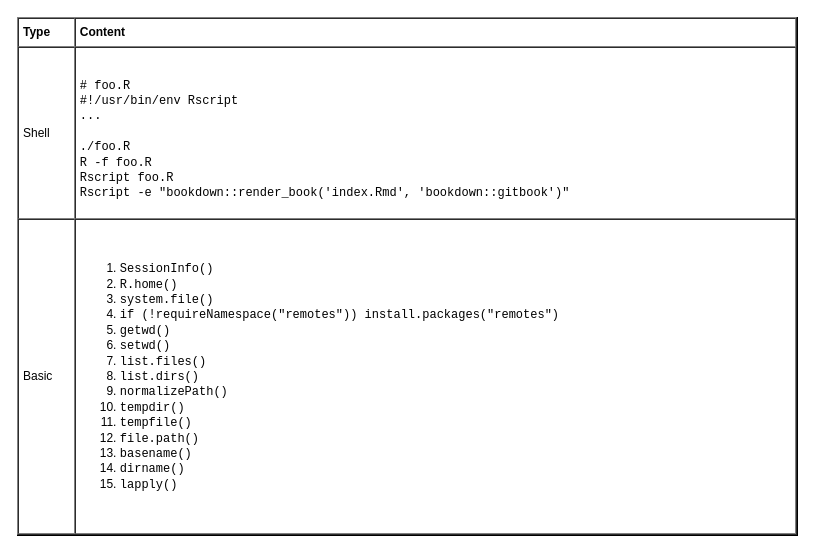
yangdj/tf_docs keeps this draw.io diagram as page "Syntax" (3 of 5) of languages/R/R.drawio. Above is the earlier version. Source tidied: cells renumbered, new cells numbered last; positions are measured from the earlier drawing's top-left corner, leaving out a move shared by most shapes. Both pictures are drawn from the tidied source at 100%, with x=0, y=0 at pixel (17, 17).
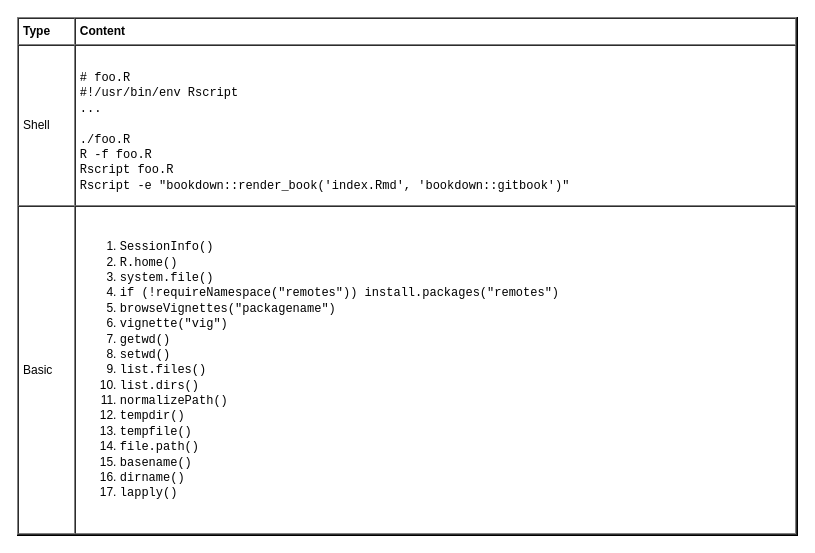
The same diagram, later.

What changed in the source:
```diff
@@
 <mxGraphModel>
   <root>
     <mxCell id="0" />
     <mxCell id="1" parent="0" />
-    <mxCell id="2" value="&lt;table cellpadding=&quot;4&quot; cellspacing=&quot;0&quot; border=&quot;1&quot; style=&quot;font-size: 1em ; width: 100% ; height: 100%&quot;&gt;&lt;tbody&gt;&lt;tr&gt;&lt;th&gt;Type&lt;/th&gt;&lt;th&gt;Content&lt;/th&gt;&lt;/tr&gt;&lt;tr&gt;&lt;td&gt;Shell&lt;/td&gt;&lt;td&gt;&lt;p&gt;&lt;/p&gt;&lt;font face=&quot;Courier New&quot;&gt;# foo.R&lt;br&gt;#!/usr/bin/env Rscript&lt;br&gt;...&lt;br&gt;&lt;br&gt;./foo.R&lt;br&gt;R -f foo.R&lt;br&gt;Rscript foo.R&lt;br&gt;Rscript -e &quot;bookdown::render_book('index.Rmd', 'bookdown::gitbook')&quot;&lt;br&gt;&lt;/font&gt;&lt;/td&gt;&lt;/tr&gt;&lt;tr&gt;&lt;td&gt;Basic&lt;/td&gt;&lt;td&gt;&lt;ol&gt;&lt;li&gt;&lt;font face=&quot;Courier New&quot;&gt;SessionInfo()&lt;/font&gt;&lt;/li&gt;&lt;li&gt;&lt;font face=&quot;Courier New&quot;&gt;R.home()&lt;/font&gt;&lt;/li&gt;&lt;li&gt;&lt;font face=&quot;Courier New&quot;&gt;system.file()&lt;/font&gt;&lt;/li&gt;&lt;li&gt;&lt;font face=&quot;Courier New&quot;&gt;if (!requireNamespace(&quot;remotes&quot;))&amp;nbsp;install.packages(&quot;remotes&quot;)&lt;/font&gt;&lt;/li&gt;&lt;li&gt;&lt;font face=&quot;Courier New&quot;&gt;getwd()&lt;/font&gt;&lt;/li&gt;&lt;li&gt;&lt;font face=&quot;Courier New&quot;&gt;setwd()&lt;/font&gt;&lt;/li&gt;&lt;li&gt;&lt;font face=&quot;Courier New&quot;&gt;list.files()&lt;/font&gt;&lt;/li&gt;&lt;li&gt;&lt;font face=&quot;Courier New&quot;&gt;list.dirs()&lt;/font&gt;&lt;/li&gt;&lt;li&gt;&lt;font face=&quot;Courier New&quot;&gt;normalizePath()&lt;/font&gt;&lt;/li&gt;&lt;li&gt;&lt;font face=&quot;Courier New&quot;&gt;tempdir()&lt;/font&gt;&lt;/li&gt;&lt;li&gt;&lt;font face=&quot;Courier New&quot;&gt;tempfile()&lt;/font&gt;&lt;/li&gt;&lt;li&gt;&lt;font face=&quot;Courier New&quot;&gt;file.path()&lt;/font&gt;&lt;/li&gt;&lt;li&gt;&lt;font face=&quot;Courier New&quot;&gt;basename()&lt;/font&gt;&lt;/li&gt;&lt;li&gt;&lt;font face=&quot;Courier New&quot;&gt;dirname()&lt;/font&gt;&lt;/li&gt;&lt;li&gt;&lt;font face=&quot;Courier New&quot;&gt;lapply()&lt;/font&gt;&lt;/li&gt;&lt;/ol&gt;&lt;/td&gt;&lt;/tr&gt;&lt;/tbody&gt;&lt;/table&gt; " style="verticalAlign=top;align=left;overflow=fill;fontSize=12;fontFamily=Helvetica;html=1;fillColor=none;" parent="1" vertex="1">
+    <mxCell id="2" value="&lt;table cellpadding=&quot;4&quot; cellspacing=&quot;0&quot; border=&quot;1&quot; style=&quot;font-size: 1em ; width: 100% ; height: 100%&quot;&gt;&lt;tbody&gt;&lt;tr&gt;&lt;th&gt;Type&lt;/th&gt;&lt;th&gt;Content&lt;/th&gt;&lt;/tr&gt;&lt;tr&gt;&lt;td&gt;Shell&lt;/td&gt;&lt;td&gt;&lt;p&gt;&lt;/p&gt;&lt;font face=&quot;Courier New&quot;&gt;# foo.R&lt;br&gt;#!/usr/bin/env Rscript&lt;br&gt;...&lt;br&gt;&lt;br&gt;./foo.R&lt;br&gt;R -f foo.R&lt;br&gt;Rscript foo.R&lt;br&gt;Rscript -e &quot;bookdown::render_book('index.Rmd', 'bookdown::gitbook')&quot;&lt;br&gt;&lt;/font&gt;&lt;/td&gt;&lt;/tr&gt;&lt;tr&gt;&lt;td&gt;Basic&lt;/td&gt;&lt;td&gt;&lt;ol&gt;&lt;li&gt;&lt;font face=&quot;Courier New&quot;&gt;SessionInfo()&lt;/font&gt;&lt;/li&gt;&lt;li&gt;&lt;font face=&quot;Courier New&quot;&gt;R.home()&lt;/font&gt;&lt;/li&gt;&lt;li&gt;&lt;font face=&quot;Courier New&quot;&gt;system.file()&lt;/font&gt;&lt;/li&gt;&lt;li&gt;&lt;font face=&quot;Courier New&quot;&gt;if (!requireNamespace(&quot;remotes&quot;))&amp;nbsp;install.packages(&quot;remotes&quot;)&lt;/font&gt;&lt;/li&gt;&lt;li&gt;&lt;font face=&quot;Courier New&quot;&gt;&lt;font face=&quot;Courier New&quot;&gt;browseVignettes(&quot;packagename&quot;)&lt;/font&gt;&lt;br&gt;&lt;/font&gt;&lt;/li&gt;&lt;li&gt;&lt;font face=&quot;Courier New&quot;&gt;vignette(&quot;vig&quot;)&lt;/font&gt;&lt;/li&gt;&lt;li&gt;&lt;font face=&quot;Courier New&quot;&gt;getwd()&lt;/font&gt;&lt;/li&gt;&lt;li&gt;&lt;font face=&quot;Courier New&quot;&gt;setwd()&lt;/font&gt;&lt;/li&gt;&lt;li&gt;&lt;font face=&quot;Courier New&quot;&gt;list.files()&lt;/font&gt;&lt;/li&gt;&lt;li&gt;&lt;font face=&quot;Courier New&quot;&gt;list.dirs()&lt;/font&gt;&lt;/li&gt;&lt;li&gt;&lt;font face=&quot;Courier New&quot;&gt;normalizePath()&lt;/font&gt;&lt;/li&gt;&lt;li&gt;&lt;font face=&quot;Courier New&quot;&gt;tempdir()&lt;/font&gt;&lt;/li&gt;&lt;li&gt;&lt;font face=&quot;Courier New&quot;&gt;tempfile()&lt;/font&gt;&lt;/li&gt;&lt;li&gt;&lt;font face=&quot;Courier New&quot;&gt;file.path()&lt;/font&gt;&lt;/li&gt;&lt;li&gt;&lt;font face=&quot;Courier New&quot;&gt;basename()&lt;/font&gt;&lt;/li&gt;&lt;li&gt;&lt;font face=&quot;Courier New&quot;&gt;dirname()&lt;/font&gt;&lt;/li&gt;&lt;li&gt;&lt;font face=&quot;Courier New&quot;&gt;lapply()&lt;/font&gt;&lt;/li&gt;&lt;/ol&gt;&lt;/td&gt;&lt;/tr&gt;&lt;/tbody&gt;&lt;/table&gt; " style="verticalAlign=top;align=left;overflow=fill;fontSize=12;fontFamily=Helvetica;html=1;fillColor=none;" parent="1" vertex="1">
       <mxGeometry width="780" height="518" as="geometry" />
     </mxCell>
   </root>
 </mxGraphModel>
```
